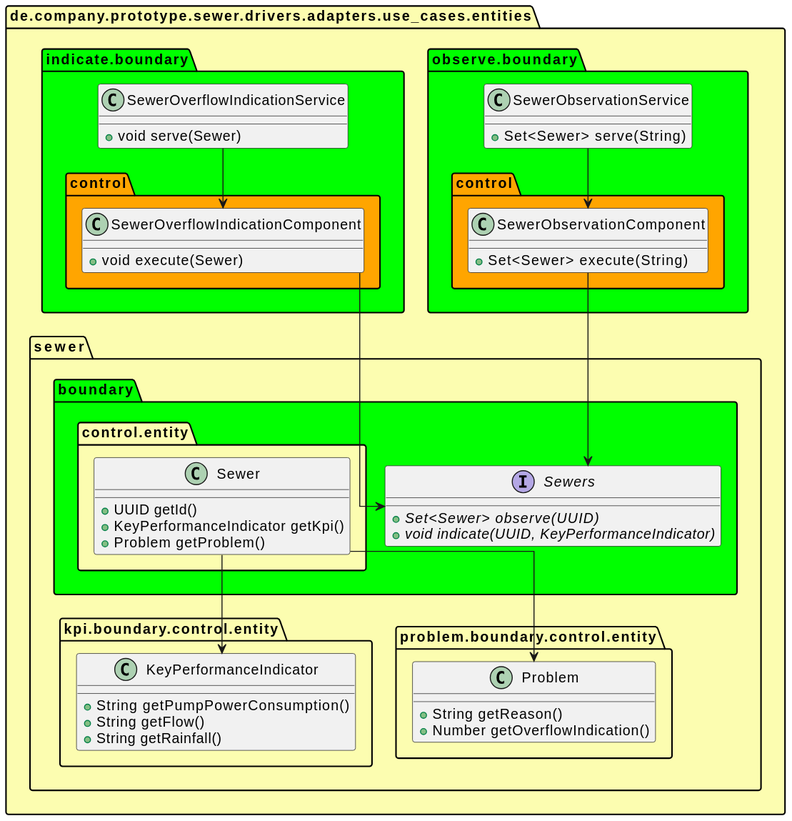
Before: doc/uml/svg/entities.svg, a diagram exported from PlantUML (Pankraz76/sewers2).
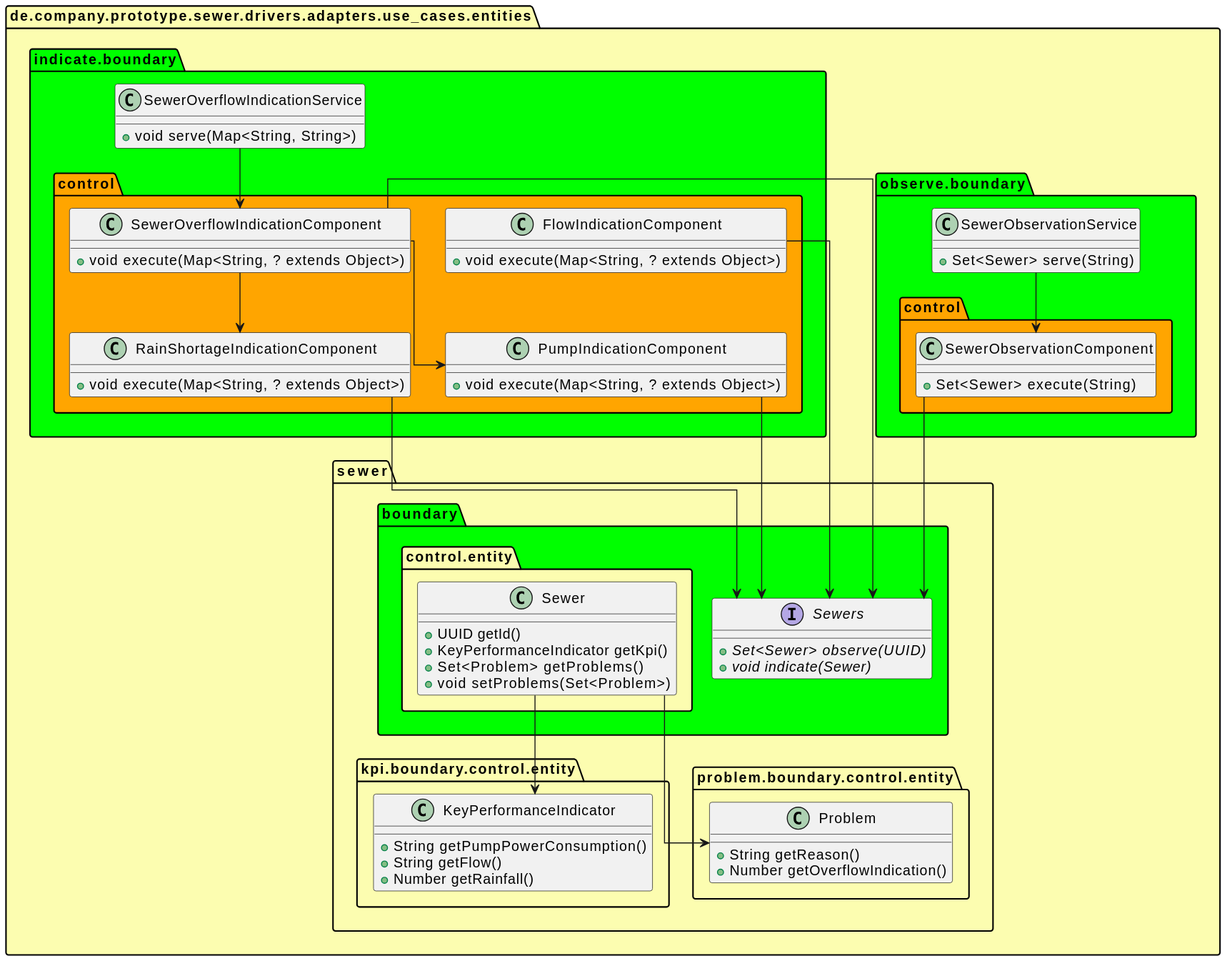
The same diagram one commit later.

What changed in the source:
```diff
@@ -21,10 +21,19 @@
 package entity as de.company.prototype.sewer.drivers.adapters.use_cases.entities.sewer.problem.boundary.control.entity #fcfdb0 {}
 
 class "SewerOverflowIndicationService" as de.company.prototype.sewer.drivers.adapters.use_cases.entities.indicate.boundary.SewerOverflowIndicationService {
-  +void serve(Sewer)
+  +void serve(Map<String, String>)
+}
+class "FlowIndicationComponent" as de.company.prototype.sewer.drivers.adapters.use_cases.entities.indicate.boundary.control.FlowIndicationComponent {
+  +void execute(Map<String, ? extends Object>)
+}
+class "PumpIndicationComponent" as de.company.prototype.sewer.drivers.adapters.use_cases.entities.indicate.boundary.control.PumpIndicationComponent {
+  +void execute(Map<String, ? extends Object>)
+}
+class "RainShortageIndicationComponent" as de.company.prototype.sewer.drivers.adapters.use_cases.entities.indicate.boundary.control.RainShortageIndicationComponent {
+  +void execute(Map<String, ? extends Object>)
 }
 class "SewerOverflowIndicationComponent" as de.company.prototype.sewer.drivers.adapters.use_cases.entities.indicate.boundary.control.SewerOverflowIndicationComponent {
-  +void execute(Sewer)
+  +void execute(Map<String, ? extends Object>)
 }
 class "SewerObservationService" as de.company.prototype.sewer.drivers.adapters.use_cases.entities.observe.boundary.SewerObservationService {
   +Set<Sewer> serve(String)
@@ -34,24 +43,30 @@
 }
 interface "Sewers" as de.company.prototype.sewer.drivers.adapters.use_cases.entities.sewer.boundary.Sewers {
   + {abstract}Set<Sewer> observe(UUID)
-  + {abstract}void indicate(UUID, KeyPerformanceIndicator)
+  + {abstract}void indicate(Sewer)
 }
 class "Sewer" as de.company.prototype.sewer.drivers.adapters.use_cases.entities.sewer.boundary.control.entity.Sewer {
   +UUID getId()
   +KeyPerformanceIndicator getKpi()
-  +Problem getProblem()
+  +Set<Problem> getProblems()
+  +void setProblems(Set<Problem>)
 }
 class "KeyPerformanceIndicator" as de.company.prototype.sewer.drivers.adapters.use_cases.entities.sewer.kpi.boundary.control.entity.KeyPerformanceIndicator {
   +String getPumpPowerConsumption()
   +String getFlow()
-  +String getRainfall()
+  +Number getRainfall()
 }
 class "Problem" as de.company.prototype.sewer.drivers.adapters.use_cases.entities.sewer.problem.boundary.control.entity.Problem {
   +String getReason()
   +Number getOverflowIndication()
 }
 de.company.prototype.sewer.drivers.adapters.use_cases.entities.indicate.boundary.SewerOverflowIndicationService --> de.company.prototype.sewer.drivers.adapters.use_cases.entities.indicate.boundary.control.SewerOverflowIndicationComponent
+de.company.prototype.sewer.drivers.adapters.use_cases.entities.indicate.boundary.control.FlowIndicationComponent --> de.company.prototype.sewer.drivers.adapters.use_cases.entities.sewer.boundary.Sewers
+de.company.prototype.sewer.drivers.adapters.use_cases.entities.indicate.boundary.control.PumpIndicationComponent --> de.company.prototype.sewer.drivers.adapters.use_cases.entities.sewer.boundary.Sewers
+de.company.prototype.sewer.drivers.adapters.use_cases.entities.indicate.boundary.control.RainShortageIndicationComponent --> de.company.prototype.sewer.drivers.adapters.use_cases.entities.sewer.boundary.Sewers
+de.company.prototype.sewer.drivers.adapters.use_cases.entities.indicate.boundary.control.SewerOverflowIndicationComponent --> de.company.prototype.sewer.drivers.adapters.use_cases.entities.indicate.boundary.control.RainShortageIndicationComponent
 de.company.prototype.sewer.drivers.adapters.use_cases.entities.indicate.boundary.control.SewerOverflowIndicationComponent --> de.company.prototype.sewer.drivers.adapters.use_cases.entities.sewer.boundary.Sewers
+de.company.prototype.sewer.drivers.adapters.use_cases.entities.indicate.boundary.control.SewerOverflowIndicationComponent --> de.company.prototype.sewer.drivers.adapters.use_cases.entities.indicate.boundary.control.PumpIndicationComponent
 de.company.prototype.sewer.drivers.adapters.use_cases.entities.observe.boundary.SewerObservationService --> de.company.prototype.sewer.drivers.adapters.use_cases.entities.observe.boundary.control.SewerObservationComponent
 de.company.prototype.sewer.drivers.adapters.use_cases.entities.observe.boundary.control.SewerObservationComponent --> de.company.prototype.sewer.drivers.adapters.use_cases.entities.sewer.boundary.Sewers
 de.company.prototype.sewer.drivers.adapters.use_cases.entities.sewer.boundary.control.entity.Sewer --> de.company.prototype.sewer.drivers.adapters.use_cases.entities.sewer.problem.boundary.control.entity.Problem
```
